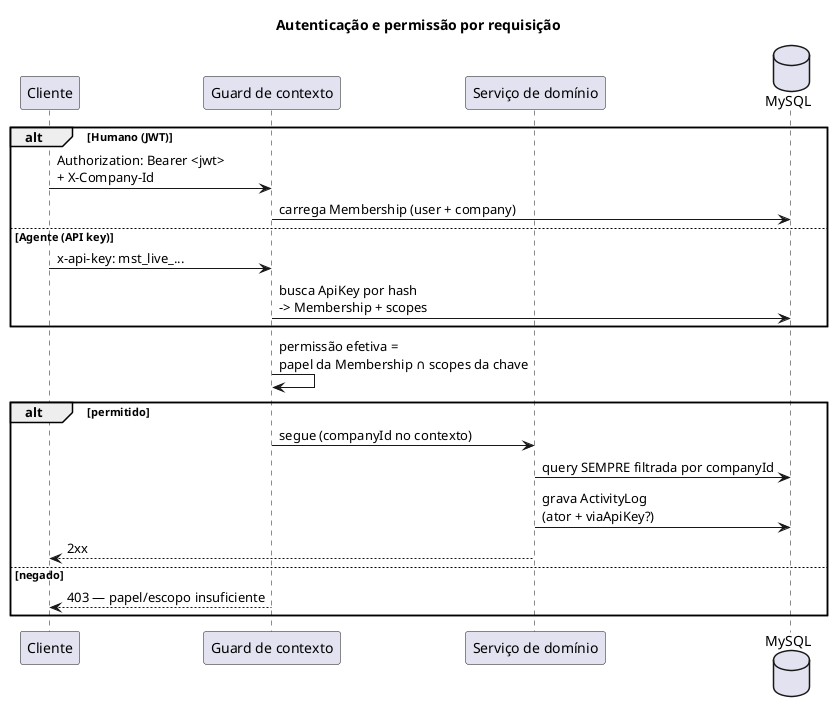
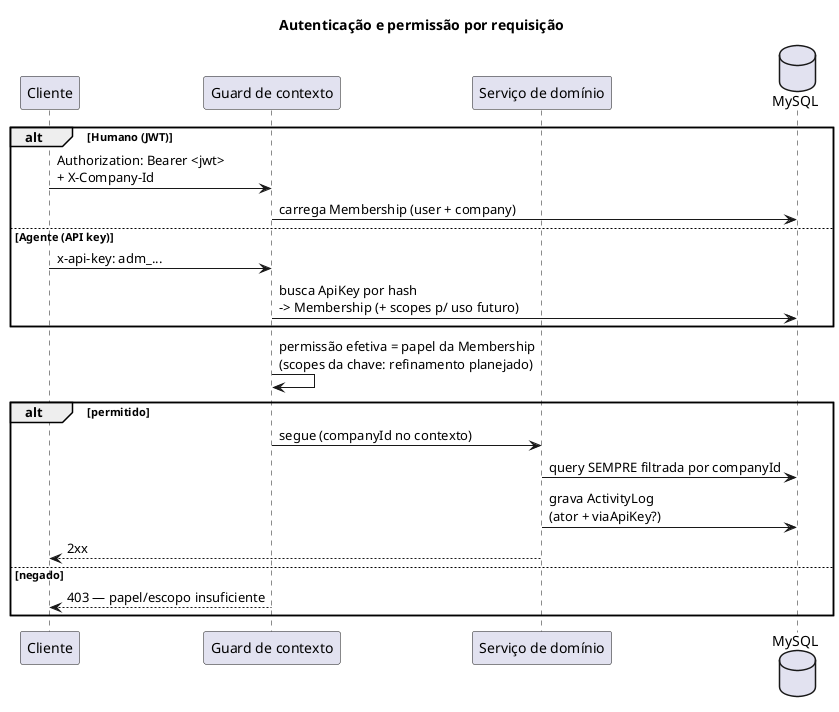
@startuml auth-rbac
title Autenticação e permissão por requisição
skinparam backgroundColor transparent
skinparam shadowing false
skinparam defaultFontName sans-serif

participant Cliente
participant "Guard de contexto" as Guard
participant "Serviço de domínio" as Svc
database "MySQL" as DB

alt Humano (JWT)
  Cliente -> Guard : Authorization: Bearer <jwt>\n+ X-Company-Id
  Guard -> DB : carrega Membership (user + company)
else Agente (API key)
-   Cliente -> Guard : x-api-key: mst_live_...
-   Guard -> DB : busca ApiKey por hash\n-> Membership + scopes
+   Cliente -> Guard : x-api-key: adm_...
+   Guard -> DB : busca ApiKey por hash\n-> Membership (+ scopes p/ uso futuro)
end

- Guard -> Guard : permissão efetiva =\npapel da Membership ∩ scopes da chave
+ Guard -> Guard : permissão efetiva = papel da Membership\n(scopes da chave: refinamento planejado)

alt permitido
  Guard -> Svc : segue (companyId no contexto)
  Svc -> DB : query SEMPRE filtrada por companyId
  Svc -> DB : grava ActivityLog\n(ator + viaApiKey?)
  Svc --> Cliente : 2xx
else negado
  Guard --> Cliente : 403 — papel/escopo insuficiente
end
@enduml
